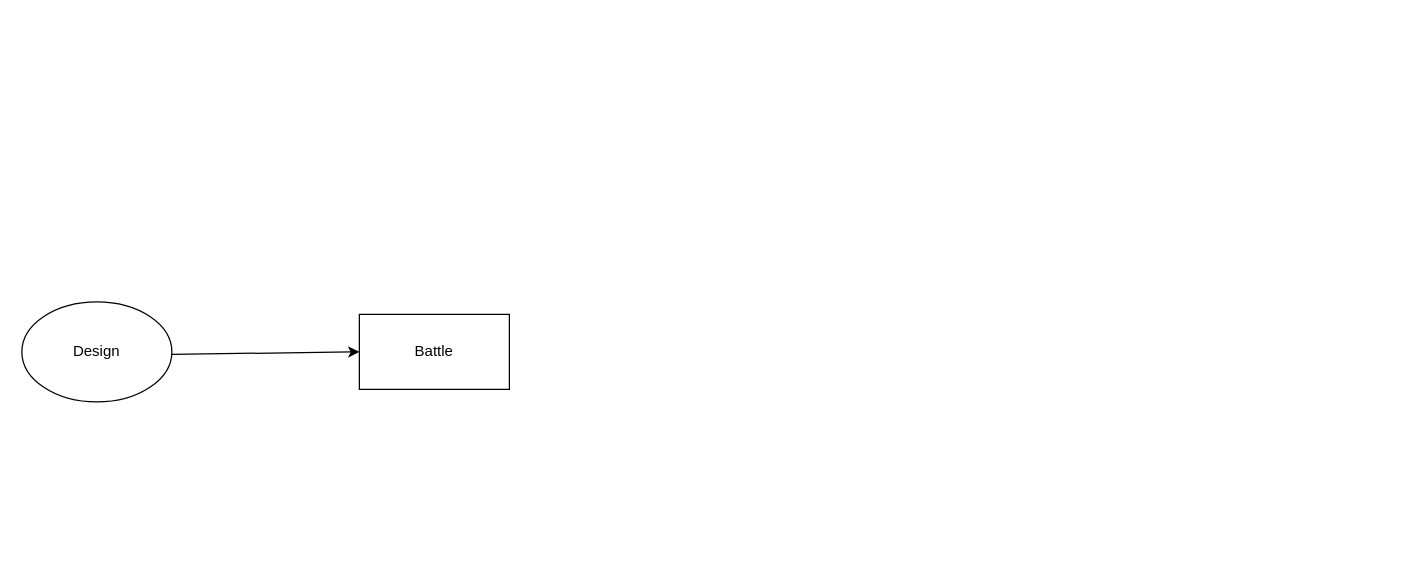
This is Untitled Diagram.drawio from vetcat/ECSAchleySample, a draw.io file, before an edit. Source tidied: cells renumbered, new cells numbered last; positions are measured from the earlier drawing's top-left corner, leaving out a move shared by most shapes. Both pictures are drawn from the tidied source at 125%, with x=0, y=0 at pixel (21, 301).
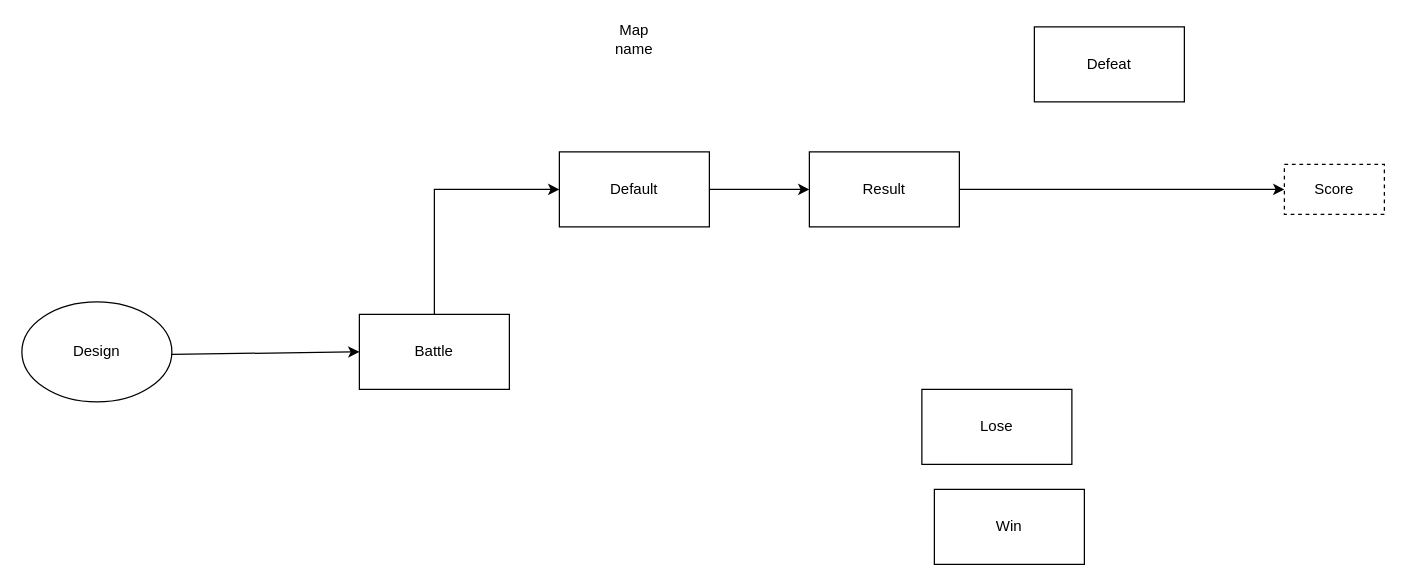
The same diagram, later.

Change to the diagram source:
```diff
@@
 <mxGraphModel>
   <root>
     <mxCell id="0" />
     <mxCell id="1" parent="0" />
     <mxCell id="2" value="Battle" style="rounded=0;whiteSpace=wrap;html=1;" parent="1" vertex="1">
       <mxGeometry x="270" y="10" width="120" height="60" as="geometry" />
     </mxCell>
     <mxCell id="3" value="Design&lt;br&gt;" style="ellipse;whiteSpace=wrap;html=1;" parent="1" vertex="1">
       <mxGeometry width="120" height="80" as="geometry" />
     </mxCell>
     <mxCell id="4" style="endArrow=classic;html=1;" parent="1" edge="1" source="3" target="2">
       <mxGeometry relative="1" as="geometry" />
     </mxCell>
+    <mxCell id="5" value="Default" style="rounded=0;whiteSpace=wrap;html=1;" parent="1" vertex="1">
+      <mxGeometry x="430" y="-120" width="120" height="60" as="geometry" />
+    </mxCell>
+    <mxCell id="6" style="endArrow=classic;html=1;rounded=0;" parent="1" edge="1" source="2" target="5">
+      <mxGeometry relative="1" as="geometry">
+        <Array as="points">
+          <mxPoint x="330" y="-90" />
+        </Array>
+      </mxGeometry>
+    </mxCell>
+    <mxCell id="7" value="Result&lt;br&gt;" style="rounded=0;whiteSpace=wrap;html=1;" parent="1" vertex="1">
+      <mxGeometry x="630" y="-120" width="120" height="60" as="geometry" />
+    </mxCell>
+    <mxCell id="8" style="endArrow=classic;html=1;" parent="1" edge="1" source="5" target="7">
+      <mxGeometry relative="1" as="geometry" />
+    </mxCell>
+    <mxCell id="9" value="Score" style="rounded=0;whiteSpace=wrap;html=1;dashed=1;" parent="1" vertex="1">
+      <mxGeometry x="1010" y="-110" width="80" height="40" as="geometry" />
+    </mxCell>
+    <mxCell id="10" style="endArrow=classic;html=1;" parent="1" edge="1" source="7" target="9">
+      <mxGeometry relative="1" as="geometry" />
+    </mxCell>
+    <mxCell id="11" value="Defeat&lt;br&gt;" style="rounded=0;whiteSpace=wrap;html=1;" parent="1" vertex="1">
+      <mxGeometry x="810" y="-220" width="120" height="60" as="geometry" />
+    </mxCell>
+    <mxCell id="12" value="Lose&lt;br&gt;" style="rounded=0;whiteSpace=wrap;html=1;" parent="1" vertex="1">
+      <mxGeometry x="720" y="70" width="120" height="60" as="geometry" />
+    </mxCell>
+    <mxCell id="13" value="Win&lt;br&gt;" style="rounded=0;whiteSpace=wrap;html=1;" parent="1" vertex="1">
+      <mxGeometry x="730" y="150" width="120" height="60" as="geometry" />
+    </mxCell>
+    <mxCell id="14" value="Map name" style="text;html=1;strokeColor=none;fillColor=none;align=center;verticalAlign=middle;whiteSpace=wrap;rounded=0;dashed=1;" parent="1" vertex="1">
+      <mxGeometry x="470" y="-220" width="40" height="20" as="geometry" />
+    </mxCell>
   </root>
 </mxGraphModel>
```
